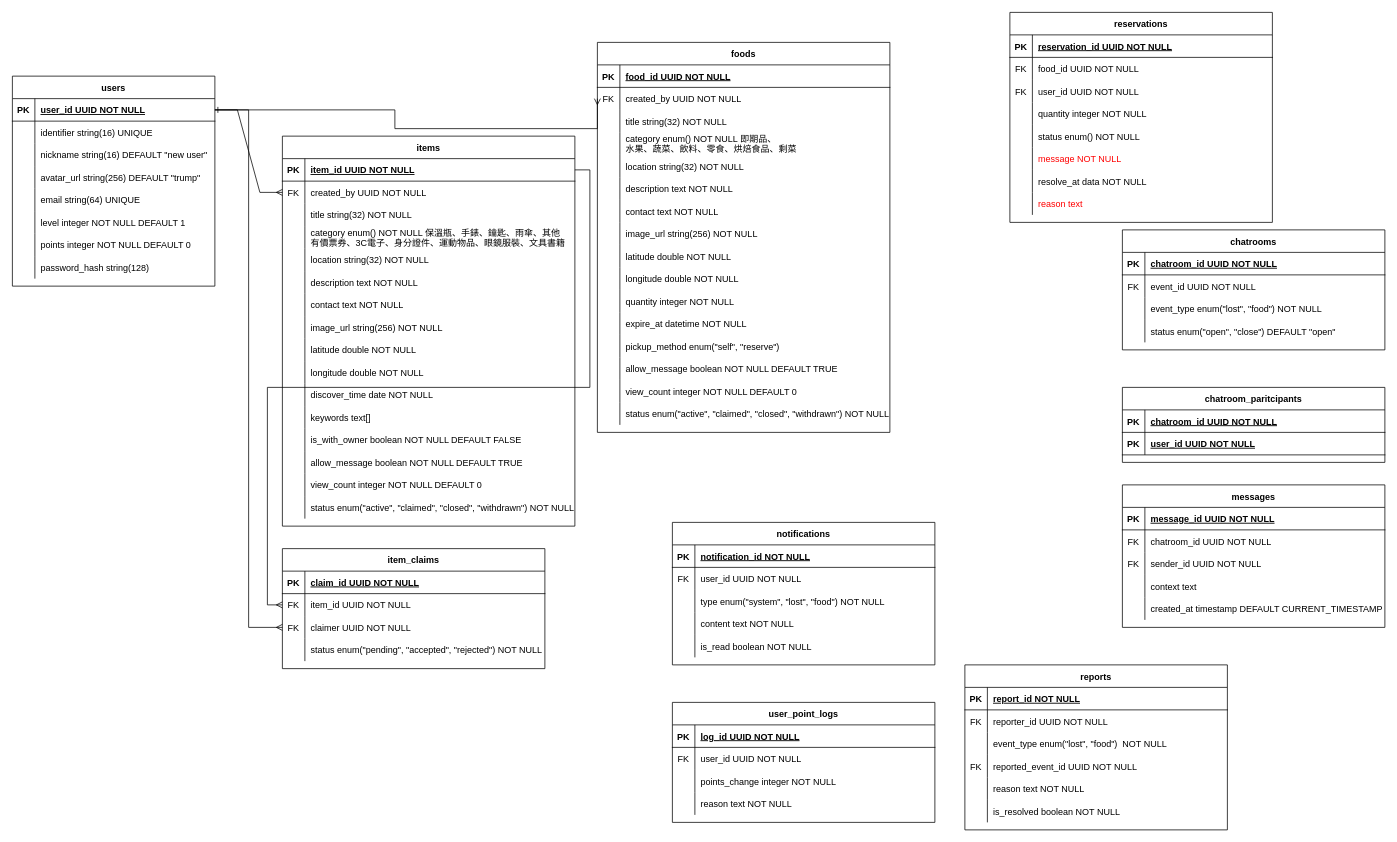
Above: page "ERD" (1 of 3) of WebERD.drawio in YuanWang08/LOFO-Flatform (draw.io), before the change. Source tidied: cells renumbered, new cells numbered last; positions are measured from the earlier drawing's top-left corner, leaving out a move shared by most shapes. Both pictures are drawn from the tidied source at 75%, with x=0, y=0 at pixel (12, 12).
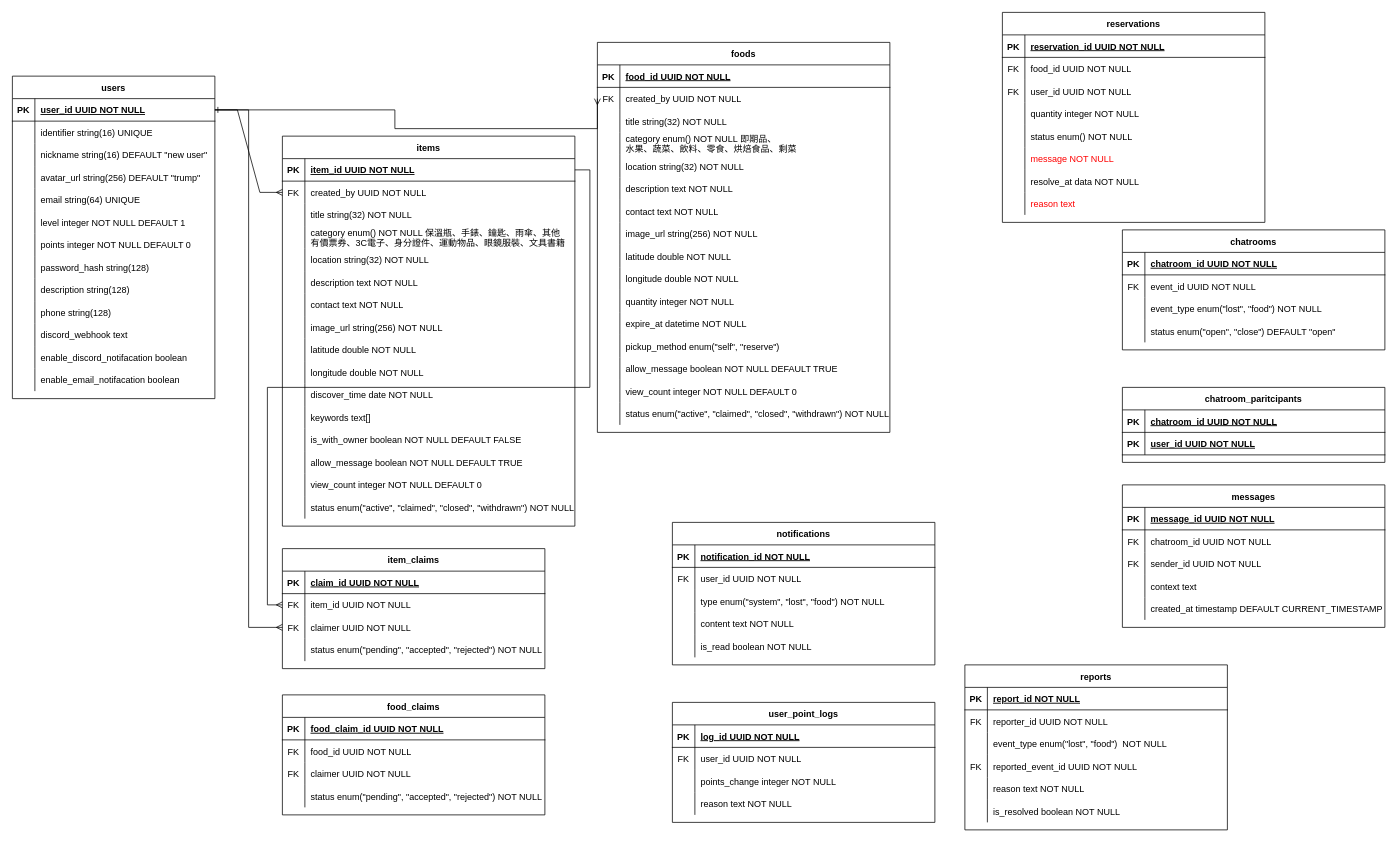
After the change.

Diff of the diagram source:
```diff
@@
     <mxCell id="2" value="users" style="shape=table;startSize=30;childLayout=tableLayout;rowLines=0;fontStyle=1;align=center;" parent="1" vertex="1">
-      <mxGeometry y="85" width="270" height="280" as="geometry" />
+      <mxGeometry y="85" width="270" height="430" as="geometry" />
     </mxCell>
@@
+    <mxCell id="251" style="shape=partialRectangle;fillColor=none;top=0;left=0;right=0;bottom=0;" parent="2" vertex="1">
+      <mxGeometry y="240" width="270" height="30" as="geometry" />
+    </mxCell>
+    <mxCell id="252" style="shape=partialRectangle;overflow=hidden;fillColor=none;top=0;left=0;bottom=0;right=0;" parent="251" vertex="1">
+      <mxGeometry width="30" height="30" as="geometry" />
+    </mxCell>
+    <mxCell id="253" value="password_hash string(128)" style="shape=partialRectangle;overflow=hidden;fillColor=none;top=0;left=0;bottom=0;right=0;align=left;spacingLeft=6;" parent="251" vertex="1">
+      <mxGeometry x="30" width="240" height="30" as="geometry" />
+    </mxCell>
+    <mxCell id="254" style="shape=partialRectangle;fillColor=none;top=0;left=0;right=0;bottom=0;" parent="2" vertex="1">
+      <mxGeometry y="270" width="270" height="30" as="geometry" />
+    </mxCell>
+    <mxCell id="255" style="shape=partialRectangle;overflow=hidden;fillColor=none;top=0;left=0;bottom=0;right=0;" parent="254" vertex="1">
+      <mxGeometry width="30" height="30" as="geometry" />
+    </mxCell>
+    <mxCell id="256" value="description string(128)" style="shape=partialRectangle;overflow=hidden;fillColor=none;top=0;left=0;bottom=0;right=0;align=left;spacingLeft=6;" parent="254" vertex="1">
+      <mxGeometry x="30" width="240" height="30" as="geometry" />
+    </mxCell>
+    <mxCell id="257" style="shape=partialRectangle;fillColor=none;top=0;left=0;right=0;bottom=0;" parent="2" vertex="1">
+      <mxGeometry y="300" width="270" height="30" as="geometry" />
+    </mxCell>
+    <mxCell id="258" style="shape=partialRectangle;overflow=hidden;fillColor=none;top=0;left=0;bottom=0;right=0;" parent="257" vertex="1">
+      <mxGeometry width="30" height="30" as="geometry" />
+    </mxCell>
+    <mxCell id="259" value="phone string(128)" style="shape=partialRectangle;overflow=hidden;fillColor=none;top=0;left=0;bottom=0;right=0;align=left;spacingLeft=6;" parent="257" vertex="1">
+      <mxGeometry x="30" width="240" height="30" as="geometry" />
+    </mxCell>
+    <mxCell id="260" style="shape=partialRectangle;fillColor=none;top=0;left=0;right=0;bottom=0;" parent="2" vertex="1">
+      <mxGeometry y="330" width="270" height="30" as="geometry" />
+    </mxCell>
+    <mxCell id="261" style="shape=partialRectangle;overflow=hidden;fillColor=none;top=0;left=0;bottom=0;right=0;" parent="260" vertex="1">
+      <mxGeometry width="30" height="30" as="geometry" />
+    </mxCell>
+    <mxCell id="262" value="discord_webhook text" style="shape=partialRectangle;overflow=hidden;fillColor=none;top=0;left=0;bottom=0;right=0;align=left;spacingLeft=6;" parent="260" vertex="1">
+      <mxGeometry x="30" width="240" height="30" as="geometry" />
+    </mxCell>
+    <mxCell id="263" style="shape=partialRectangle;fillColor=none;top=0;left=0;right=0;bottom=0;" parent="2" vertex="1">
+      <mxGeometry y="360" width="270" height="30" as="geometry" />
+    </mxCell>
+    <mxCell id="264" style="shape=partialRectangle;overflow=hidden;fillColor=none;top=0;left=0;bottom=0;right=0;" parent="263" vertex="1">
+      <mxGeometry width="30" height="30" as="geometry" />
+    </mxCell>
+    <mxCell id="265" value="enable_discord_notifacation boolean" style="shape=partialRectangle;overflow=hidden;fillColor=none;top=0;left=0;bottom=0;right=0;align=left;spacingLeft=6;" parent="263" vertex="1">
+      <mxGeometry x="30" width="240" height="30" as="geometry" />
+    </mxCell>
     <mxCell id="24" style="shape=partialRectangle;fillColor=none;top=0;left=0;right=0;bottom=0;" parent="2" vertex="1">
-      <mxGeometry y="240" width="270" height="30" as="geometry" />
+      <mxGeometry y="390" width="270" height="30" as="geometry" />
     </mxCell>
@@
-    <mxCell id="26" value="password_hash string(128)" style="shape=partialRectangle;overflow=hidden;fillColor=none;top=0;left=0;bottom=0;right=0;align=left;spacingLeft=6;" parent="24" vertex="1">
+    <mxCell id="26" value="enable_email_notifacation boolean" style="shape=partialRectangle;overflow=hidden;fillColor=none;top=0;left=0;bottom=0;right=0;align=left;spacingLeft=6;" parent="24" vertex="1">
       <mxGeometry x="30" width="240" height="30" as="geometry" />
     </mxCell>
@@
     <mxCell id="155" value="reservations" style="shape=table;startSize=30;childLayout=tableLayout;rowLines=0;fontStyle=1;align=center;" parent="1" vertex="1">
-      <mxGeometry x="1330" width="350" height="280" as="geometry" />
+      <mxGeometry x="1320" width="350" height="280" as="geometry" />
     </mxCell>
@@
+    <mxCell id="266" value="food_claims" style="shape=table;startSize=30;childLayout=tableLayout;rowLines=0;fontStyle=1;align=center;" parent="1" vertex="1">
+      <mxGeometry x="360" y="910" width="350" height="160" as="geometry" />
+    </mxCell>
+    <mxCell id="267" style="shape=partialRectangle;fillColor=none;top=0;left=0;right=0;bottom=1;" parent="266" vertex="1">
+      <mxGeometry y="30" width="350" height="30" as="geometry" />
+    </mxCell>
+    <mxCell id="268" value="PK" style="shape=partialRectangle;overflow=hidden;fillColor=none;top=0;left=0;bottom=0;right=0;fontStyle=1;" parent="267" vertex="1">
+      <mxGeometry width="30" height="30" as="geometry" />
+    </mxCell>
+    <mxCell id="269" value="food_claim_id UUID NOT NULL " style="shape=partialRectangle;overflow=hidden;fillColor=none;top=0;left=0;bottom=0;right=0;align=left;spacingLeft=6;fontStyle=5;" parent="267" vertex="1">
+      <mxGeometry x="30" width="320" height="30" as="geometry" />
+    </mxCell>
+    <mxCell id="270" style="shape=partialRectangle;fillColor=none;top=0;left=0;right=0;bottom=0;" parent="266" vertex="1">
+      <mxGeometry y="60" width="350" height="30" as="geometry" />
+    </mxCell>
+    <mxCell id="271" value="FK" style="shape=partialRectangle;overflow=hidden;fillColor=none;top=0;left=0;bottom=0;right=0;" parent="270" vertex="1">
+      <mxGeometry width="30" height="30" as="geometry" />
+    </mxCell>
+    <mxCell id="272" value="food_id UUID NOT NULL" style="shape=partialRectangle;overflow=hidden;fillColor=none;top=0;left=0;bottom=0;right=0;align=left;spacingLeft=6;" parent="270" vertex="1">
+      <mxGeometry x="30" width="320" height="30" as="geometry" />
+    </mxCell>
+    <mxCell id="273" style="shape=partialRectangle;fillColor=none;top=0;left=0;right=0;bottom=0;" parent="266" vertex="1">
+      <mxGeometry y="90" width="350" height="30" as="geometry" />
+    </mxCell>
+    <mxCell id="274" value="FK" style="shape=partialRectangle;overflow=hidden;fillColor=none;top=0;left=0;bottom=0;right=0;" parent="273" vertex="1">
+      <mxGeometry width="30" height="30" as="geometry" />
+    </mxCell>
+    <mxCell id="275" value="claimer UUID NOT NULL" style="shape=partialRectangle;overflow=hidden;fillColor=none;top=0;left=0;bottom=0;right=0;align=left;spacingLeft=6;" parent="273" vertex="1">
+      <mxGeometry x="30" width="320" height="30" as="geometry" />
+    </mxCell>
+    <mxCell id="276" style="shape=partialRectangle;fillColor=none;top=0;left=0;right=0;bottom=0;" parent="266" vertex="1">
+      <mxGeometry y="120" width="350" height="30" as="geometry" />
+    </mxCell>
+    <mxCell id="277" style="shape=partialRectangle;overflow=hidden;fillColor=none;top=0;left=0;bottom=0;right=0;" parent="276" vertex="1">
+      <mxGeometry width="30" height="30" as="geometry" />
+    </mxCell>
+    <mxCell id="278" value="status enum(&quot;pending&quot;, &quot;accepted&quot;, &quot;rejected&quot;) NOT NULL" style="shape=partialRectangle;overflow=hidden;fillColor=none;top=0;left=0;bottom=0;right=0;align=left;spacingLeft=6;" parent="276" vertex="1">
+      <mxGeometry x="30" width="320" height="30" as="geometry" />
+    </mxCell>
```
